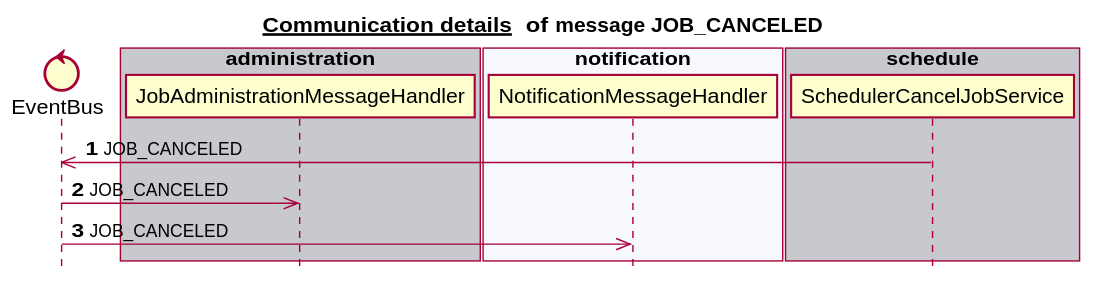
mercedes-benz/sechub keeps this PlantUML diagram as docs/latest/images/gen_domain_messaging_job_canceled.svg. Above is the earlier version. Its diagram source:
```plantuml
@startuml


title __Communication details __ of **message JOB_CANCELED**
skinparam style strictuml


control EventBus
box "scan" #C8C8CF
end box
box "authorization" #F8F8FF
end box
box "administration" #C8C8CF
   participant JobAdministrationMessageHandler
end box
box "notification" #F8F8FF
   participant NotificationMessageHandler
end box
box "schedule" #C8C8CF
   participant SchedulerCancelJobService
end box
autonumber 1
SchedulerCancelJobService ->> EventBus:JOB_CANCELED
EventBus ->> JobAdministrationMessageHandler:JOB_CANCELED
EventBus ->> NotificationMessageHandler:JOB_CANCELED
autonumber stop


@enduml
```
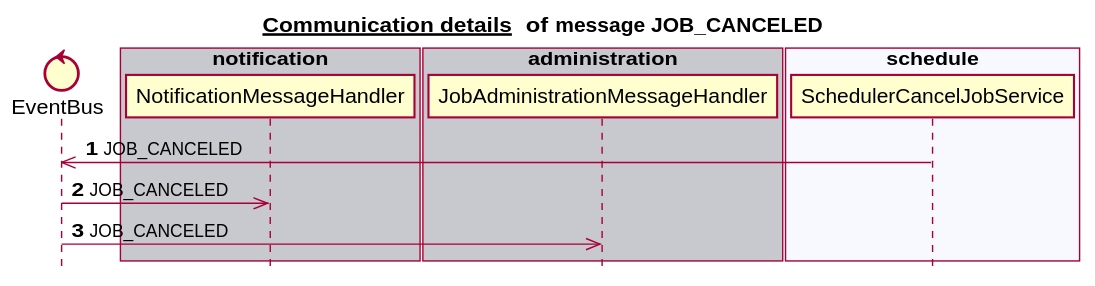
After the change.

Diff of the diagram source:
```diff
@@ -6,23 +6,23 @@
 
 
 control EventBus
-box "scan" #C8C8CF
+box "notification" #C8C8CF
+   participant NotificationMessageHandler
 end box
 box "authorization" #F8F8FF
 end box
 box "administration" #C8C8CF
    participant JobAdministrationMessageHandler
 end box
-box "notification" #F8F8FF
-   participant NotificationMessageHandler
+box "schedule" #F8F8FF
+   participant SchedulerCancelJobService
 end box
-box "schedule" #C8C8CF
-   participant SchedulerCancelJobService
+box "scan" #C8C8CF
 end box
 autonumber 1
 SchedulerCancelJobService ->> EventBus:JOB_CANCELED
+EventBus ->> NotificationMessageHandler:JOB_CANCELED
 EventBus ->> JobAdministrationMessageHandler:JOB_CANCELED
-EventBus ->> NotificationMessageHandler:JOB_CANCELED
 autonumber stop
 
 
```
